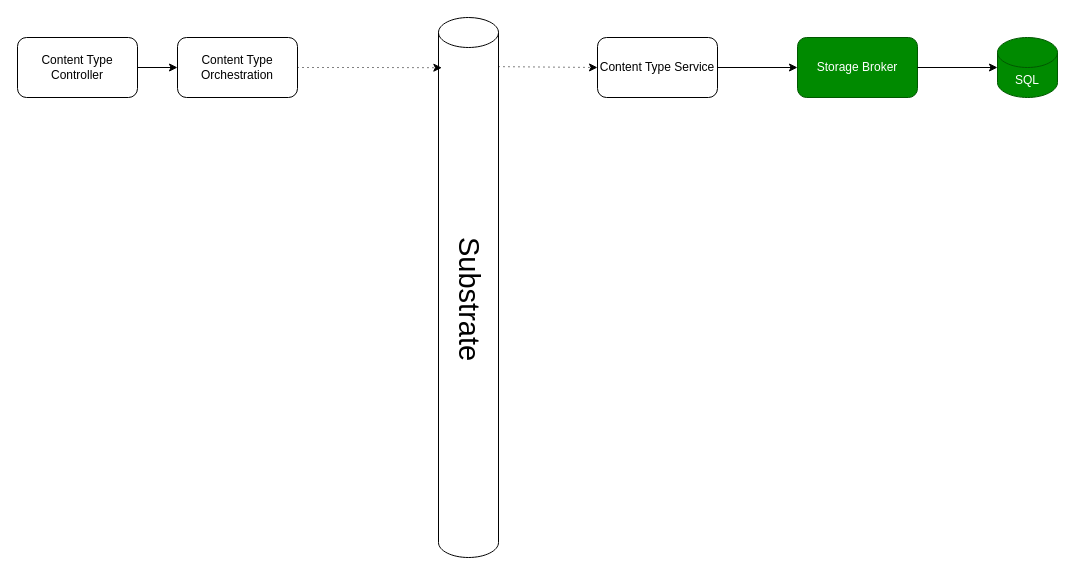
Above: page "Page-3" (3 of 3) of Documentation/Glory 2 Him.drawio in Glory2Him/Glory2Him.Core (draw.io), before the change. Source tidied: cells renumbered, new cells numbered last; positions are measured from the earlier drawing's top-left corner, leaving out a move shared by most shapes. Both pictures are drawn from the tidied source at 100%, with x=0, y=0 at pixel (17, 17).
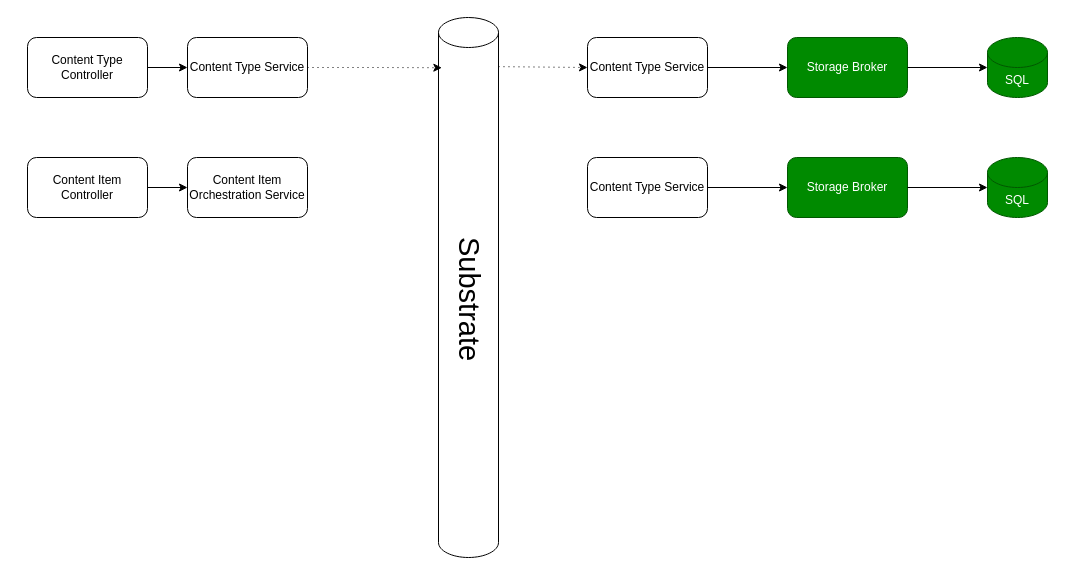
The same page after the edit.

Change to the diagram source:
```diff
@@
     <mxCell id="4" value="Content Type Service" style="rounded=1;whiteSpace=wrap;html=1;" parent="1" vertex="1">
-      <mxGeometry x="580" y="20" width="120" height="60" as="geometry" />
+      <mxGeometry x="570" y="20" width="120" height="60" as="geometry" />
     </mxCell>
     <mxCell id="5" value="Storage Broker" style="rounded=1;whiteSpace=wrap;html=1;fillColor=#008a00;fontColor=#ffffff;strokeColor=#005700;" parent="1" vertex="1">
-      <mxGeometry x="780" y="20" width="120" height="60" as="geometry" />
+      <mxGeometry x="770" y="20" width="120" height="60" as="geometry" />
     </mxCell>
     <mxCell id="6" value="SQL" style="shape=cylinder3;whiteSpace=wrap;html=1;boundedLbl=1;backgroundOutline=1;size=15;fillColor=#008a00;fontColor=#ffffff;strokeColor=#005700;" parent="1" vertex="1">
-      <mxGeometry x="980" y="20" width="60" height="60" as="geometry" />
+      <mxGeometry x="970" y="20" width="60" height="60" as="geometry" />
     </mxCell>
@@
-    <mxCell id="9" value="Content Type Orchestration" style="rounded=1;whiteSpace=wrap;html=1;" parent="1" vertex="1">
-      <mxGeometry x="160" y="20" width="120" height="60" as="geometry" />
+    <mxCell id="9" value="Content Type Service" style="rounded=1;whiteSpace=wrap;html=1;" parent="1" vertex="1">
+      <mxGeometry x="170" y="20" width="120" height="60" as="geometry" />
     </mxCell>
@@
     <mxCell id="11" value="Content Type Controller" style="rounded=1;whiteSpace=wrap;html=1;" parent="1" vertex="1">
-      <mxGeometry y="20" width="120" height="60" as="geometry" />
+      <mxGeometry x="10" y="20" width="120" height="60" as="geometry" />
     </mxCell>
@@
+    <mxCell id="13" value="Content Item Orchestration Service" style="rounded=1;whiteSpace=wrap;html=1;" parent="1" vertex="1">
+      <mxGeometry x="170" y="140" width="120" height="60" as="geometry" />
+    </mxCell>
+    <mxCell id="14" style="edgeStyle=orthogonalEdgeStyle;rounded=0;jettySize=auto;html=1;exitX=1;exitY=0.5;exitDx=0;exitDy=0;entryX=0;entryY=0.5;entryDx=0;entryDy=0;" parent="1" edge="1" source="15" target="13">
+      <mxGeometry relative="1" as="geometry" />
+    </mxCell>
+    <mxCell id="15" value="Content Item Controller" style="rounded=1;whiteSpace=wrap;html=1;" parent="1" vertex="1">
+      <mxGeometry x="10" y="140" width="120" height="60" as="geometry" />
+    </mxCell>
+    <mxCell id="16" style="edgeStyle=orthogonalEdgeStyle;rounded=0;jettySize=auto;html=1;exitX=1;exitY=0.5;exitDx=0;exitDy=0;" parent="1" edge="1" source="17" target="18">
+      <mxGeometry relative="1" as="geometry" />
+    </mxCell>
+    <mxCell id="17" value="Content Type Service" style="rounded=1;whiteSpace=wrap;html=1;" parent="1" vertex="1">
+      <mxGeometry x="570" y="140" width="120" height="60" as="geometry" />
+    </mxCell>
+    <mxCell id="18" value="Storage Broker" style="rounded=1;whiteSpace=wrap;html=1;fillColor=#008a00;fontColor=#ffffff;strokeColor=#005700;" parent="1" vertex="1">
+      <mxGeometry x="770" y="140" width="120" height="60" as="geometry" />
+    </mxCell>
+    <mxCell id="19" value="SQL" style="shape=cylinder3;whiteSpace=wrap;html=1;boundedLbl=1;backgroundOutline=1;size=15;fillColor=#008a00;fontColor=#ffffff;strokeColor=#005700;" parent="1" vertex="1">
+      <mxGeometry x="970" y="140" width="60" height="60" as="geometry" />
+    </mxCell>
+    <mxCell id="20" style="edgeStyle=orthogonalEdgeStyle;rounded=0;jettySize=auto;html=1;exitX=1;exitY=0.5;exitDx=0;exitDy=0;entryX=0;entryY=0.5;entryDx=0;entryDy=0;entryPerimeter=0;" parent="1" edge="1" source="18" target="19">
+      <mxGeometry relative="1" as="geometry" />
+    </mxCell>
```
